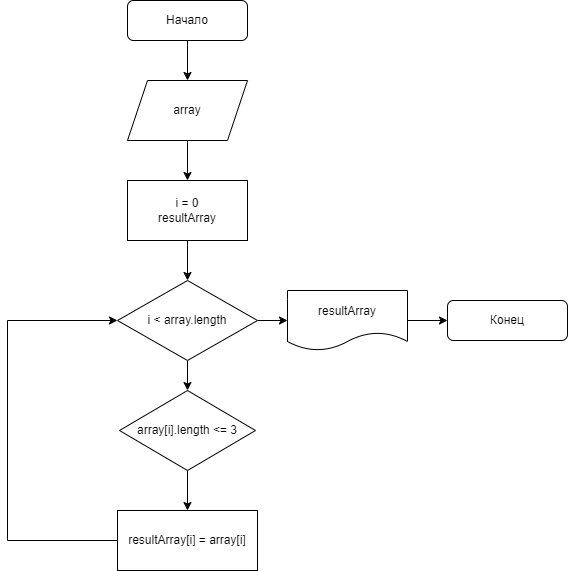
Earlier version of the draw.io export scheme.png (uHiderovich/CW1). Source tidied: cells renumbered, new cells last; positions are measured from the earlier drawing's top-left corner, leaving out a move shared by most shapes. Source of this version:
```xml
<mxGraphModel>
  <root>
    <mxCell id="0" />
    <mxCell id="1" parent="0" />
    <mxCell id="2" style="edgeStyle=orthogonalEdgeStyle;rounded=0;jettySize=auto;html=1;" parent="1" edge="1" source="3" target="5">
      <mxGeometry relative="1" as="geometry" />
    </mxCell>
    <mxCell id="3" value="Начало" style="rounded=1;whiteSpace=wrap;html=1;fontSize=12;glass=0;strokeWidth=1;shadow=0;" parent="1" vertex="1">
      <mxGeometry x="120" width="120" height="40" as="geometry" />
    </mxCell>
    <mxCell id="4" style="edgeStyle=orthogonalEdgeStyle;rounded=0;jettySize=auto;html=1;" parent="1" edge="1" source="5" target="14">
      <mxGeometry relative="1" as="geometry" />
    </mxCell>
    <mxCell id="5" value="array&lt;br&gt;" style="shape=parallelogram;perimeter=parallelogramPerimeter;whiteSpace=wrap;html=1;fixedSize=1;" parent="1" vertex="1">
      <mxGeometry x="120" y="80" width="120" height="60" as="geometry" />
    </mxCell>
    <mxCell id="6" style="edgeStyle=orthogonalEdgeStyle;rounded=0;jettySize=auto;html=1;" parent="1" edge="1" source="8" target="10">
      <mxGeometry relative="1" as="geometry" />
    </mxCell>
    <mxCell id="7" style="edgeStyle=orthogonalEdgeStyle;rounded=0;jettySize=auto;html=1;" parent="1" edge="1" source="8" target="17">
      <mxGeometry relative="1" as="geometry" />
    </mxCell>
    <mxCell id="8" value="i &amp;lt; array.length" style="rhombus;whiteSpace=wrap;html=1;" parent="1" vertex="1">
      <mxGeometry x="110" y="280" width="140" height="80" as="geometry" />
    </mxCell>
    <mxCell id="9" style="edgeStyle=orthogonalEdgeStyle;rounded=0;jettySize=auto;html=1;" parent="1" edge="1" source="10" target="12">
      <mxGeometry relative="1" as="geometry" />
    </mxCell>
    <mxCell id="10" value="array[i].length &amp;lt;= 3" style="rhombus;whiteSpace=wrap;html=1;" parent="1" vertex="1">
      <mxGeometry x="112" y="390" width="136" height="80" as="geometry" />
    </mxCell>
    <mxCell id="11" style="edgeStyle=orthogonalEdgeStyle;rounded=0;jettySize=auto;html=1;entryX=0;entryY=0.5;entryDx=0;entryDy=0;" parent="1" edge="1" source="12" target="8">
      <mxGeometry relative="1" as="geometry">
        <Array as="points">
          <mxPoint y="540" />
          <mxPoint y="320" />
        </Array>
      </mxGeometry>
    </mxCell>
    <mxCell id="12" value="resultArray[i] = array[i]" style="rounded=0;whiteSpace=wrap;html=1;" parent="1" vertex="1">
      <mxGeometry x="110" y="510" width="140" height="60" as="geometry" />
    </mxCell>
    <mxCell id="13" style="edgeStyle=orthogonalEdgeStyle;rounded=0;jettySize=auto;html=1;" parent="1" edge="1" source="14" target="8">
      <mxGeometry relative="1" as="geometry" />
    </mxCell>
    <mxCell id="14" value="i = 0&lt;br&gt;resultArray" style="rounded=0;whiteSpace=wrap;html=1;" parent="1" vertex="1">
      <mxGeometry x="120" y="180" width="120" height="60" as="geometry" />
    </mxCell>
    <mxCell id="15" value="Конец" style="rounded=1;whiteSpace=wrap;html=1;fontSize=12;glass=0;strokeWidth=1;shadow=0;" parent="1" vertex="1">
      <mxGeometry x="440" y="300" width="120" height="40" as="geometry" />
    </mxCell>
    <mxCell id="16" style="edgeStyle=orthogonalEdgeStyle;rounded=0;jettySize=auto;html=1;" parent="1" edge="1" source="17" target="15">
      <mxGeometry relative="1" as="geometry" />
    </mxCell>
    <mxCell id="17" value="resultArray" style="shape=document;whiteSpace=wrap;html=1;boundedLbl=1;" parent="1" vertex="1">
      <mxGeometry x="280" y="290" width="120" height="60" as="geometry" />
    </mxCell>
  </root>
</mxGraphModel>
```
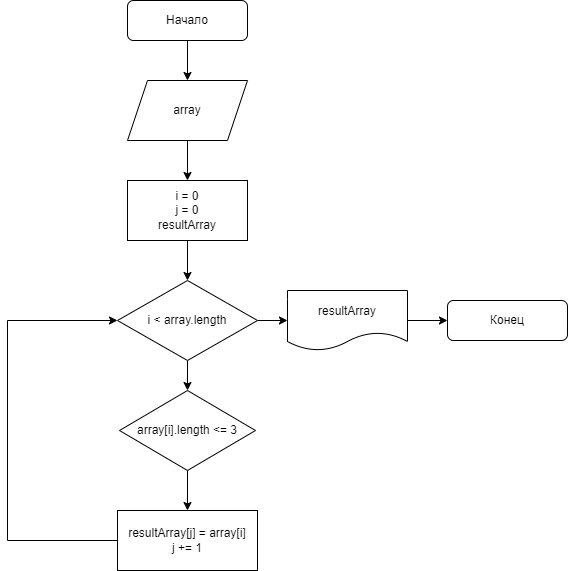
After the commit.

Commit message:
Скорректировал блок-схему

Diff of the diagram source:
```diff
@@ -37,13 +37,13 @@
         </Array>
       </mxGeometry>
     </mxCell>
-    <mxCell id="12" value="resultArray[i] = array[i]" style="rounded=0;whiteSpace=wrap;html=1;" parent="1" vertex="1">
+    <mxCell id="12" value="resultArray[j] = array[i]&lt;br&gt;j += 1" style="rounded=0;whiteSpace=wrap;html=1;" parent="1" vertex="1">
       <mxGeometry x="110" y="510" width="140" height="60" as="geometry" />
     </mxCell>
     <mxCell id="13" style="edgeStyle=orthogonalEdgeStyle;rounded=0;jettySize=auto;html=1;" parent="1" edge="1" source="14" target="8">
       <mxGeometry relative="1" as="geometry" />
     </mxCell>
-    <mxCell id="14" value="i = 0&lt;br&gt;resultArray" style="rounded=0;whiteSpace=wrap;html=1;" parent="1" vertex="1">
+    <mxCell id="14" value="i = 0&lt;br&gt;j = 0&lt;br&gt;resultArray" style="rounded=0;whiteSpace=wrap;html=1;" parent="1" vertex="1">
       <mxGeometry x="120" y="180" width="120" height="60" as="geometry" />
     </mxCell>
     <mxCell id="15" value="Конец" style="rounded=1;whiteSpace=wrap;html=1;fontSize=12;glass=0;strokeWidth=1;shadow=0;" parent="1" vertex="1">
```
